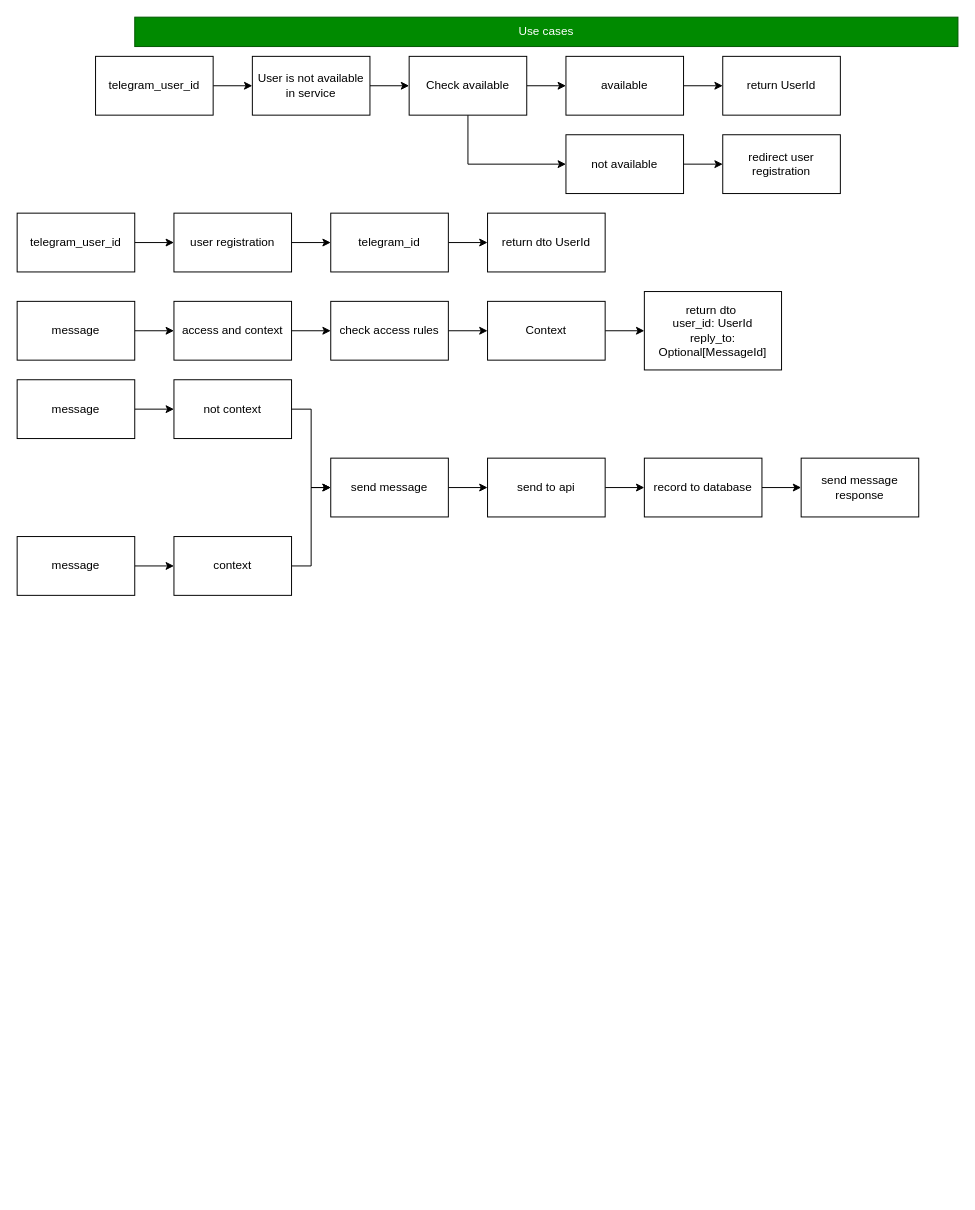
KmvRoman/Diagrams keeps this draw.io diagram as page "Страница 2" (2 of 4) of ChatGpt.drawio. Above is the earlier version. Source tidied: cells renumbered, new cells numbered last; positions are measured from the earlier drawing's top-left corner, leaving out a move shared by most shapes. Both pictures are drawn from the tidied source at 98%, with x=0, y=0 at pixel (17, 17).
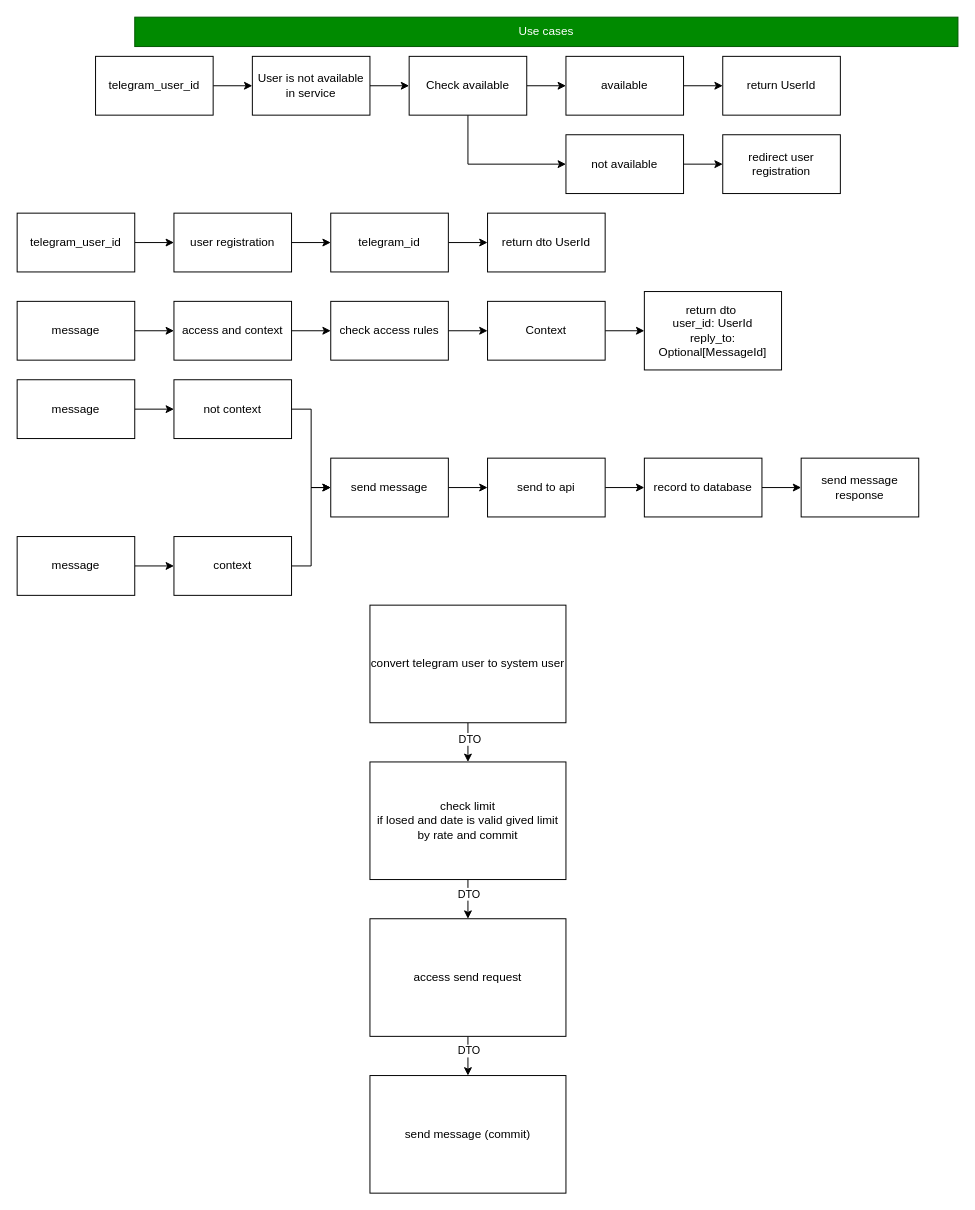
Above is the later version.

What changed in the source:
```diff
@@
+    <mxCell id="47" style="edgeStyle=orthogonalEdgeStyle;rounded=0;jettySize=auto;html=1;entryX=0.5;entryY=0;entryDx=0;entryDy=0;" parent="1" edge="1" source="49" target="55">
+      <mxGeometry relative="1" as="geometry" />
+    </mxCell>
+    <mxCell id="48" value="DTO" style="edgeLabel;html=1;align=center;verticalAlign=middle;" parent="47" vertex="1">
+      <mxGeometry x="-0.31" relative="1" as="geometry" />
+    </mxCell>
+    <mxCell id="49" value="check limit&lt;br&gt;if losed and date is valid gived limit by rate and commit" style="rounded=0;whiteSpace=wrap;html=1;" parent="1" vertex="1">
+      <mxGeometry x="360" y="760" width="200" height="120" as="geometry" />
+    </mxCell>
+    <mxCell id="50" style="edgeStyle=orthogonalEdgeStyle;rounded=0;jettySize=auto;html=1;entryX=0.5;entryY=0;entryDx=0;entryDy=0;" parent="1" edge="1" source="52" target="49">
+      <mxGeometry relative="1" as="geometry" />
+    </mxCell>
+    <mxCell id="51" value="DTO" style="edgeLabel;html=1;align=center;verticalAlign=middle;" parent="50" vertex="1">
+      <mxGeometry x="-0.21" y="1" relative="1" as="geometry" />
+    </mxCell>
+    <mxCell id="52" value="convert telegram user to system user" style="rounded=0;whiteSpace=wrap;html=1;" parent="1" vertex="1">
+      <mxGeometry x="360" y="600" width="200" height="120" as="geometry" />
+    </mxCell>
+    <mxCell id="53" style="edgeStyle=orthogonalEdgeStyle;rounded=0;jettySize=auto;html=1;entryX=0.5;entryY=0;entryDx=0;entryDy=0;" parent="1" edge="1" source="55" target="56">
+      <mxGeometry relative="1" as="geometry" />
+    </mxCell>
+    <mxCell id="54" value="DTO" style="edgeLabel;html=1;align=center;verticalAlign=middle;" parent="53" vertex="1">
+      <mxGeometry x="-0.28" relative="1" as="geometry" />
+    </mxCell>
+    <mxCell id="55" value="access send request" style="rounded=0;whiteSpace=wrap;html=1;" parent="1" vertex="1">
+      <mxGeometry x="360" y="920" width="200" height="120" as="geometry" />
+    </mxCell>
+    <mxCell id="56" value="send message (commit)" style="rounded=0;whiteSpace=wrap;html=1;" parent="1" vertex="1">
+      <mxGeometry x="360" y="1080" width="200" height="120" as="geometry" />
+    </mxCell>
```
